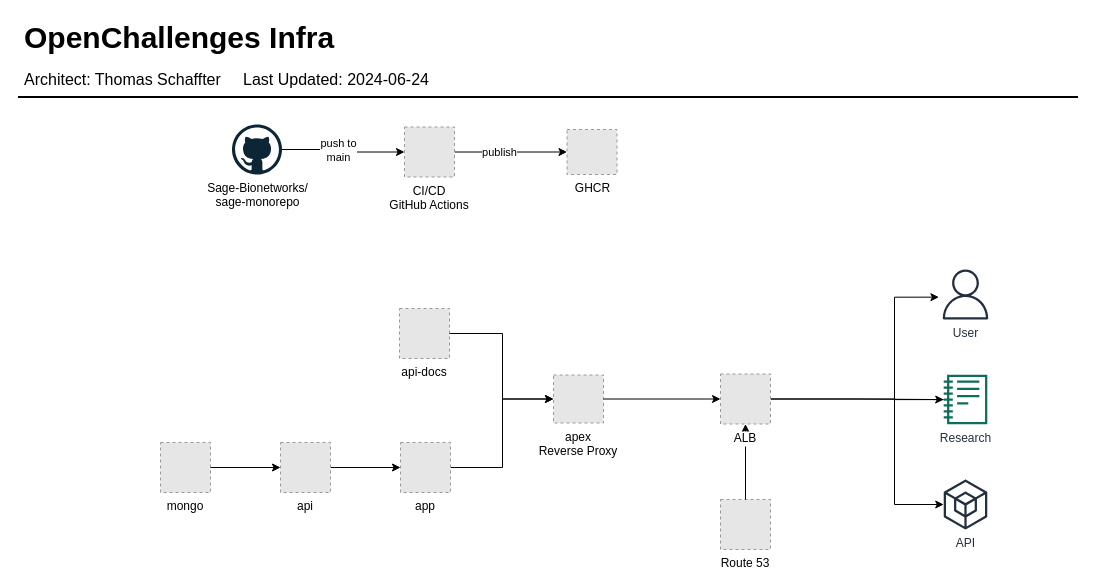
Before: diagrams/model-ad-infra.drawio in Sage-Bionetworks/sage-monorepo, a draw.io diagram. Source tidied: cells renumbered, new cells numbered last; positions are measured from the earlier drawing's top-left corner, leaving out a move shared by most shapes. Both pictures are drawn from the tidied source at 100%, with x=0, y=0 at pixel (17, 16). Pictures stored in the file or linked from it are replaced by grey dashed boxes.
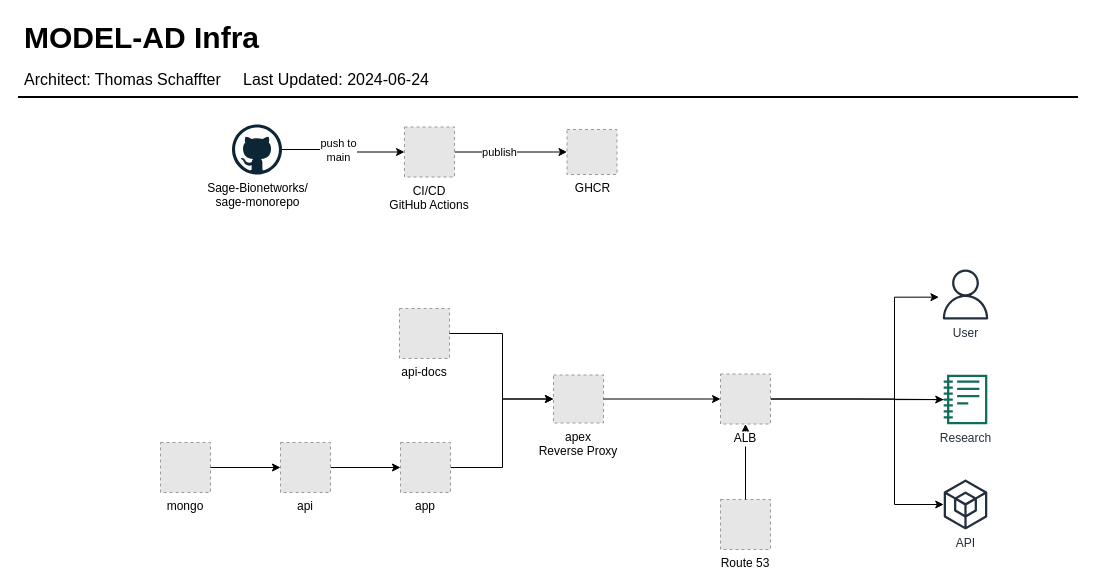
After the change.

Diff of the diagram source:
```diff
@@
-    <mxCell id="2" value="OpenChallenges Infra" style="text;html=1;align=left;verticalAlign=top;spacingTop=-4;fontSize=30;fontStyle=1;labelBackgroundColor=none;" parent="1" vertex="1">
-      <mxGeometry x="4.5" y="0.5" width="310" height="42" as="geometry" />
+    <mxCell id="2" value="MODEL-AD Infra" style="text;html=1;align=left;verticalAlign=top;spacingTop=-4;fontSize=30;fontStyle=1;labelBackgroundColor=none;" parent="1" vertex="1">
+      <mxGeometry x="4.5" y="0.5" width="245" height="42" as="geometry" />
     </mxCell>
```
